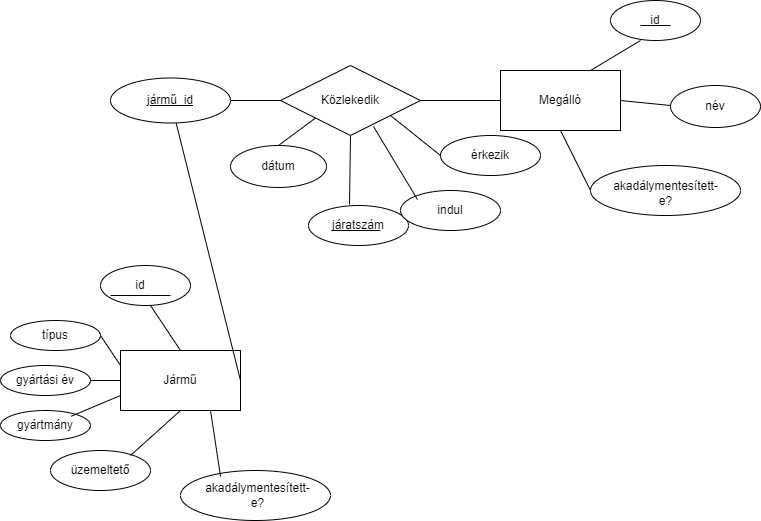
This is er_modell.png from NagyAdamA/adatbazis_proj, a draw.io export, as it was before one commit. Source tidied: cells renumbered, new cells last; positions are measured from the earlier drawing's top-left corner, leaving out a move shared by most shapes. The source it was exported from:
```xml
<mxGraphModel>
  <root>
    <mxCell id="0" />
    <mxCell id="1" parent="0" />
    <mxCell id="2" style="ellipse;whiteSpace=wrap;html=1;" parent="1" vertex="1">
      <mxGeometry x="100" y="265" width="90" height="40" as="geometry" />
    </mxCell>
    <mxCell id="3" style="rhombus;whiteSpace=wrap;html=1;" parent="1" vertex="1">
      <mxGeometry x="280" y="65" width="140" height="70" as="geometry" />
    </mxCell>
    <mxCell id="4" value="&lt;div&gt;Közlekedik&lt;br&gt;&lt;/div&gt;" style="text;html=1;align=center;verticalAlign=middle;whiteSpace=wrap;rounded=0;" parent="1" vertex="1">
      <mxGeometry x="320" y="85" width="60" height="30" as="geometry" />
    </mxCell>
    <mxCell id="5" style="rounded=0;whiteSpace=wrap;html=1;" parent="1" vertex="1">
      <mxGeometry x="120" y="350" width="120" height="60" as="geometry" />
    </mxCell>
    <mxCell id="6" style="rounded=0;whiteSpace=wrap;html=1;" parent="1" vertex="1">
      <mxGeometry x="500" y="70" width="120" height="60" as="geometry" />
    </mxCell>
    <mxCell id="7" value="Jármű" style="text;html=1;align=center;verticalAlign=middle;whiteSpace=wrap;rounded=0;" parent="1" vertex="1">
      <mxGeometry x="150" y="365" width="60" height="30" as="geometry" />
    </mxCell>
    <mxCell id="8" value="Megálló" style="text;html=1;align=center;verticalAlign=middle;whiteSpace=wrap;rounded=0;" parent="1" vertex="1">
      <mxGeometry x="530" y="85" width="60" height="30" as="geometry" />
    </mxCell>
    <mxCell id="9" style="endArrow=none;html=1;rounded=0;exitX=1;exitY=0.5;exitDx=0;exitDy=0;" parent="1" edge="1" source="5" target="50">
      <mxGeometry relative="1" as="geometry" />
    </mxCell>
    <mxCell id="10" style="endArrow=none;html=1;rounded=0;entryX=0;entryY=0.5;entryDx=0;entryDy=0;exitX=1;exitY=0.5;exitDx=0;exitDy=0;" parent="1" edge="1" source="3" target="6">
      <mxGeometry relative="1" as="geometry" />
    </mxCell>
    <mxCell id="11" style="ellipse;whiteSpace=wrap;html=1;" parent="1" vertex="1">
      <mxGeometry x="308" y="205" width="100" height="40" as="geometry" />
    </mxCell>
    <mxCell id="12" value="járatszám" style="text;html=1;align=center;verticalAlign=middle;whiteSpace=wrap;rounded=0;" parent="1" vertex="1">
      <mxGeometry x="328" y="210" width="60" height="30" as="geometry" />
    </mxCell>
    <mxCell id="13" value="típus" style="ellipse;whiteSpace=wrap;html=1;" parent="1" vertex="1">
      <mxGeometry x="10" y="320" width="90" height="30" as="geometry" />
    </mxCell>
    <mxCell id="14" value="gyártmány" style="ellipse;whiteSpace=wrap;html=1;" parent="1" vertex="1">
      <mxGeometry y="410" width="90" height="30" as="geometry" />
    </mxCell>
    <mxCell id="15" style="ellipse;whiteSpace=wrap;html=1;" parent="1" vertex="1">
      <mxGeometry x="50" y="450" width="100" height="40" as="geometry" />
    </mxCell>
    <mxCell id="16" value="üzemeltető" style="text;html=1;align=center;verticalAlign=middle;whiteSpace=wrap;rounded=0;" parent="1" vertex="1">
      <mxGeometry x="70" y="455" width="60" height="30" as="geometry" />
    </mxCell>
    <mxCell id="17" style="endArrow=none;html=1;rounded=0;entryX=0;entryY=0.25;entryDx=0;entryDy=0;" parent="1" edge="1" target="5">
      <mxGeometry relative="1" as="geometry">
        <mxPoint x="100" y="335" as="sourcePoint" />
      </mxGeometry>
    </mxCell>
    <mxCell id="18" style="endArrow=none;html=1;rounded=0;entryX=0;entryY=0.75;entryDx=0;entryDy=0;exitX=0.787;exitY=0.189;exitDx=0;exitDy=0;exitPerimeter=0;" parent="1" edge="1" source="14" target="5">
      <mxGeometry relative="1" as="geometry" />
    </mxCell>
    <mxCell id="19" style="endArrow=none;html=1;rounded=0;entryX=0.5;entryY=1;entryDx=0;entryDy=0;" parent="1" edge="1" target="5">
      <mxGeometry relative="1" as="geometry">
        <mxPoint x="130" y="455" as="sourcePoint" />
      </mxGeometry>
    </mxCell>
    <mxCell id="20" style="endArrow=none;html=1;rounded=0;exitX=0.5;exitY=0;exitDx=0;exitDy=0;" parent="1" edge="1" source="5">
      <mxGeometry relative="1" as="geometry">
        <mxPoint x="150" y="305" as="targetPoint" />
      </mxGeometry>
    </mxCell>
    <mxCell id="21" style="endArrow=none;html=1;rounded=0;" parent="1" edge="1">
      <mxGeometry relative="1" as="geometry">
        <mxPoint x="110" y="295" as="sourcePoint" />
        <mxPoint x="170" y="295" as="targetPoint" />
        <Array as="points">
          <mxPoint x="150" y="295" />
        </Array>
      </mxGeometry>
    </mxCell>
    <mxCell id="22" style="ellipse;whiteSpace=wrap;html=1;" parent="1" vertex="1">
      <mxGeometry x="610" width="90" height="40" as="geometry" />
    </mxCell>
    <mxCell id="23" style="ellipse;whiteSpace=wrap;html=1;" parent="1" vertex="1">
      <mxGeometry x="670" y="85" width="90" height="42" as="geometry" />
    </mxCell>
    <mxCell id="24" style="ellipse;whiteSpace=wrap;html=1;" parent="1" vertex="1">
      <mxGeometry x="590" y="165" width="150" height="50" as="geometry" />
    </mxCell>
    <mxCell id="25" value="id" style="text;html=1;align=center;verticalAlign=middle;whiteSpace=wrap;rounded=0;strokeColor=none;" parent="1" vertex="1">
      <mxGeometry x="625" y="5" width="60" height="30" as="geometry" />
    </mxCell>
    <mxCell id="26" value="név" style="text;html=1;align=center;verticalAlign=middle;whiteSpace=wrap;rounded=0;" parent="1" vertex="1">
      <mxGeometry x="685" y="91" width="60" height="30" as="geometry" />
    </mxCell>
    <mxCell id="27" value="akadálymentesített-e?" style="text;html=1;align=center;verticalAlign=middle;whiteSpace=wrap;rounded=0;" parent="1" vertex="1">
      <mxGeometry x="627.5" y="175" width="75" height="35" as="geometry" />
    </mxCell>
    <mxCell id="28" style="endArrow=none;html=1;rounded=0;exitX=0;exitY=0.5;exitDx=0;exitDy=0;entryX=0.5;entryY=1;entryDx=0;entryDy=0;" parent="1" edge="1" source="24" target="6">
      <mxGeometry relative="1" as="geometry" />
    </mxCell>
    <mxCell id="29" style="endArrow=none;html=1;rounded=0;exitX=0.75;exitY=0;exitDx=0;exitDy=0;" parent="1" edge="1" source="6">
      <mxGeometry relative="1" as="geometry">
        <mxPoint x="640" y="40" as="targetPoint" />
      </mxGeometry>
    </mxCell>
    <mxCell id="30" style="endArrow=none;html=1;rounded=0;exitX=1;exitY=0.5;exitDx=0;exitDy=0;" parent="1" edge="1" source="6">
      <mxGeometry relative="1" as="geometry">
        <mxPoint x="670" y="105" as="targetPoint" />
      </mxGeometry>
    </mxCell>
    <mxCell id="31" style="ellipse;whiteSpace=wrap;html=1;" parent="1" vertex="1">
      <mxGeometry x="230" y="145" width="96" height="42" as="geometry" />
    </mxCell>
    <mxCell id="32" style="ellipse;whiteSpace=wrap;html=1;" parent="1" vertex="1">
      <mxGeometry x="440" y="135" width="100" height="40" as="geometry" />
    </mxCell>
    <mxCell id="33" value="dátum" style="text;html=1;align=center;verticalAlign=middle;whiteSpace=wrap;rounded=0;" parent="1" vertex="1">
      <mxGeometry x="248" y="151" width="60" height="30" as="geometry" />
    </mxCell>
    <mxCell id="34" value="érkezik" style="text;html=1;align=center;verticalAlign=middle;whiteSpace=wrap;rounded=0;" parent="1" vertex="1">
      <mxGeometry x="460" y="140" width="60" height="30" as="geometry" />
    </mxCell>
    <mxCell id="35" style="endArrow=none;html=1;rounded=0;exitX=0.5;exitY=0;exitDx=0;exitDy=0;entryX=0;entryY=1;entryDx=0;entryDy=0;" parent="1" edge="1" source="31" target="3">
      <mxGeometry relative="1" as="geometry" />
    </mxCell>
    <mxCell id="36" style="endArrow=none;html=1;rounded=0;exitX=0;exitY=0.5;exitDx=0;exitDy=0;" parent="1" edge="1" source="32">
      <mxGeometry relative="1" as="geometry">
        <mxPoint x="390" y="115" as="targetPoint" />
      </mxGeometry>
    </mxCell>
    <mxCell id="37" style="endArrow=none;html=1;rounded=0;entryX=0.5;entryY=1;entryDx=0;entryDy=0;exitX=0.41;exitY=-0.025;exitDx=0;exitDy=0;exitPerimeter=0;" parent="1" edge="1" source="11" target="3">
      <mxGeometry relative="1" as="geometry" />
    </mxCell>
    <mxCell id="38" value="id" style="text;html=1;align=center;verticalAlign=middle;whiteSpace=wrap;rounded=0;" parent="1" vertex="1">
      <mxGeometry x="110" y="270" width="60" height="30" as="geometry" />
    </mxCell>
    <mxCell id="39" style="endArrow=none;html=1;rounded=0;" parent="1" edge="1">
      <mxGeometry relative="1" as="geometry">
        <mxPoint x="640" y="25" as="sourcePoint" />
        <mxPoint x="670" y="25" as="targetPoint" />
        <Array as="points">
          <mxPoint x="650" y="25" />
        </Array>
      </mxGeometry>
    </mxCell>
    <mxCell id="40" style="ellipse;whiteSpace=wrap;html=1;" parent="1" vertex="1">
      <mxGeometry x="400" y="190" width="100" height="40" as="geometry" />
    </mxCell>
    <mxCell id="41" value="indul" style="text;html=1;align=center;verticalAlign=middle;whiteSpace=wrap;rounded=0;" parent="1" vertex="1">
      <mxGeometry x="420" y="195" width="60" height="30" as="geometry" />
    </mxCell>
    <mxCell id="42" style="endArrow=none;html=1;rounded=0;exitX=0;exitY=0.5;exitDx=0;exitDy=0;entryX=0.664;entryY=0.871;entryDx=0;entryDy=0;entryPerimeter=0;" parent="1" edge="1" target="3">
      <mxGeometry relative="1" as="geometry">
        <mxPoint x="417" y="199" as="sourcePoint" />
      </mxGeometry>
    </mxCell>
    <mxCell id="43" style="ellipse;whiteSpace=wrap;html=1;" parent="1" vertex="1">
      <mxGeometry x="180" y="470" width="150" height="50" as="geometry" />
    </mxCell>
    <mxCell id="44" value="akadálymentesített-e?" style="text;html=1;align=center;verticalAlign=middle;whiteSpace=wrap;rounded=0;" parent="1" vertex="1">
      <mxGeometry x="220" y="477.5" width="75" height="35" as="geometry" />
    </mxCell>
    <mxCell id="45" style="endArrow=none;html=1;rounded=0;entryX=0.75;entryY=1;entryDx=0;entryDy=0;exitX=0.267;exitY=0.12;exitDx=0;exitDy=0;exitPerimeter=0;" parent="1" edge="1" source="43" target="5">
      <mxGeometry relative="1" as="geometry" />
    </mxCell>
    <mxCell id="46" style="edgeStyle=orthogonalEdgeStyle;rounded=0;jettySize=auto;html=1;entryX=0;entryY=0.5;entryDx=0;entryDy=0;endArrow=none;endFill=0;" parent="1" edge="1" source="47" target="5">
      <mxGeometry relative="1" as="geometry" />
    </mxCell>
    <mxCell id="47" value="gyártási év" style="ellipse;whiteSpace=wrap;html=1;" parent="1" vertex="1">
      <mxGeometry y="365" width="90" height="30" as="geometry" />
    </mxCell>
    <mxCell id="48" style="endArrow=none;html=1;rounded=0;" parent="1" edge="1">
      <mxGeometry relative="1" as="geometry">
        <mxPoint x="331" y="230" as="sourcePoint" />
        <mxPoint x="380" y="230" as="targetPoint" />
      </mxGeometry>
    </mxCell>
    <mxCell id="49" style="edgeStyle=orthogonalEdgeStyle;rounded=0;jettySize=auto;html=1;entryX=0;entryY=0.5;entryDx=0;entryDy=0;endArrow=none;endFill=0;" parent="1" edge="1" source="50" target="3">
      <mxGeometry relative="1" as="geometry" />
    </mxCell>
    <mxCell id="50" value="&lt;u&gt;jármű_id&lt;/u&gt;" style="ellipse;whiteSpace=wrap;html=1;" parent="1" vertex="1">
      <mxGeometry x="110" y="77.5" width="120" height="45" as="geometry" />
    </mxCell>
  </root>
</mxGraphModel>
```
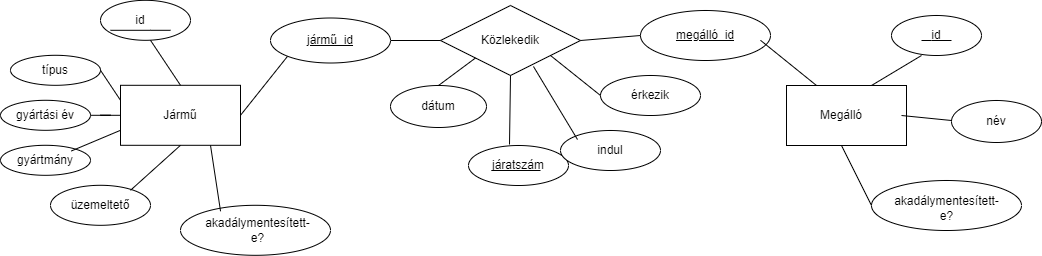
The same file after the commit.

Change to the diagram source:
```diff
@@ -3,7 +3,7 @@
     <mxCell id="0" />
     <mxCell id="1" parent="0" />
     <mxCell id="2" style="ellipse;whiteSpace=wrap;html=1;" parent="1" vertex="1">
-      <mxGeometry x="100" y="265" width="90" height="40" as="geometry" />
+      <mxGeometry x="-60" y="59.8" width="90" height="40" as="geometry" />
     </mxCell>
     <mxCell id="3" style="rhombus;whiteSpace=wrap;html=1;" parent="1" vertex="1">
       <mxGeometry x="280" y="65" width="140" height="70" as="geometry" />
@@ -12,23 +12,20 @@
       <mxGeometry x="320" y="85" width="60" height="30" as="geometry" />
     </mxCell>
     <mxCell id="5" style="rounded=0;whiteSpace=wrap;html=1;" parent="1" vertex="1">
-      <mxGeometry x="120" y="350" width="120" height="60" as="geometry" />
+      <mxGeometry x="-40" y="144.8" width="120" height="60" as="geometry" />
     </mxCell>
     <mxCell id="6" style="rounded=0;whiteSpace=wrap;html=1;" parent="1" vertex="1">
-      <mxGeometry x="500" y="70" width="120" height="60" as="geometry" />
+      <mxGeometry x="626" y="145" width="120" height="60" as="geometry" />
     </mxCell>
     <mxCell id="7" value="Jármű" style="text;html=1;align=center;verticalAlign=middle;whiteSpace=wrap;rounded=0;" parent="1" vertex="1">
-      <mxGeometry x="150" y="365" width="60" height="30" as="geometry" />
+      <mxGeometry x="-10" y="159.8" width="60" height="30" as="geometry" />
     </mxCell>
     <mxCell id="8" value="Megálló" style="text;html=1;align=center;verticalAlign=middle;whiteSpace=wrap;rounded=0;" parent="1" vertex="1">
-      <mxGeometry x="530" y="85" width="60" height="30" as="geometry" />
+      <mxGeometry x="651" y="160" width="60" height="30" as="geometry" />
     </mxCell>
-    <mxCell id="9" style="endArrow=none;html=1;rounded=0;exitX=1;exitY=0.5;exitDx=0;exitDy=0;" parent="1" edge="1" source="5" target="50">
+    <mxCell id="9" style="endArrow=none;html=1;rounded=0;exitX=1;exitY=0.5;exitDx=0;exitDy=0;entryX=0;entryY=1;entryDx=0;entryDy=0;" parent="1" edge="1" source="5" target="50">
       <mxGeometry relative="1" as="geometry" />
     </mxCell>
-    <mxCell id="10" style="endArrow=none;html=1;rounded=0;entryX=0;entryY=0.5;entryDx=0;entryDy=0;exitX=1;exitY=0.5;exitDx=0;exitDy=0;" parent="1" edge="1" source="3" target="6">
-      <mxGeometry relative="1" as="geometry" />
-    </mxCell>
     <mxCell id="11" style="ellipse;whiteSpace=wrap;html=1;" parent="1" vertex="1">
       <mxGeometry x="308" y="205" width="100" height="40" as="geometry" />
     </mxCell>
@@ -36,20 +33,20 @@
       <mxGeometry x="328" y="210" width="60" height="30" as="geometry" />
     </mxCell>
     <mxCell id="13" value="típus" style="ellipse;whiteSpace=wrap;html=1;" parent="1" vertex="1">
-      <mxGeometry x="10" y="320" width="90" height="30" as="geometry" />
+      <mxGeometry x="-150" y="114.8" width="90" height="30" as="geometry" />
     </mxCell>
     <mxCell id="14" value="gyártmány" style="ellipse;whiteSpace=wrap;html=1;" parent="1" vertex="1">
-      <mxGeometry y="410" width="90" height="30" as="geometry" />
+      <mxGeometry x="-160" y="204.8" width="90" height="30" as="geometry" />
     </mxCell>
     <mxCell id="15" style="ellipse;whiteSpace=wrap;html=1;" parent="1" vertex="1">
-      <mxGeometry x="50" y="450" width="100" height="40" as="geometry" />
+      <mxGeometry x="-110" y="244.8" width="100" height="40" as="geometry" />
     </mxCell>
     <mxCell id="16" value="üzemeltető" style="text;html=1;align=center;verticalAlign=middle;whiteSpace=wrap;rounded=0;" parent="1" vertex="1">
-      <mxGeometry x="70" y="455" width="60" height="30" as="geometry" />
+      <mxGeometry x="-90" y="249.8" width="60" height="30" as="geometry" />
     </mxCell>
     <mxCell id="17" style="endArrow=none;html=1;rounded=0;entryX=0;entryY=0.25;entryDx=0;entryDy=0;" parent="1" edge="1" target="5">
       <mxGeometry relative="1" as="geometry">
-        <mxPoint x="100" y="335" as="sourcePoint" />
+        <mxPoint x="-60" y="129.8" as="sourcePoint" />
       </mxGeometry>
     </mxCell>
     <mxCell id="18" style="endArrow=none;html=1;rounded=0;entryX=0;entryY=0.75;entryDx=0;entryDy=0;exitX=0.787;exitY=0.189;exitDx=0;exitDy=0;exitPerimeter=0;" parent="1" edge="1" source="14" target="5">
@@ -57,52 +54,56 @@
     </mxCell>
     <mxCell id="19" style="endArrow=none;html=1;rounded=0;entryX=0.5;entryY=1;entryDx=0;entryDy=0;" parent="1" edge="1" target="5">
       <mxGeometry relative="1" as="geometry">
-        <mxPoint x="130" y="455" as="sourcePoint" />
+        <mxPoint x="-30" y="249.8" as="sourcePoint" />
       </mxGeometry>
     </mxCell>
     <mxCell id="20" style="endArrow=none;html=1;rounded=0;exitX=0.5;exitY=0;exitDx=0;exitDy=0;" parent="1" edge="1" source="5">
       <mxGeometry relative="1" as="geometry">
-        <mxPoint x="150" y="305" as="targetPoint" />
+        <mxPoint x="-10" y="99.8" as="targetPoint" />
       </mxGeometry>
     </mxCell>
     <mxCell id="21" style="endArrow=none;html=1;rounded=0;" parent="1" edge="1">
       <mxGeometry relative="1" as="geometry">
-        <mxPoint x="110" y="295" as="sourcePoint" />
-        <mxPoint x="170" y="295" as="targetPoint" />
+        <mxPoint x="-50" y="89.8" as="sourcePoint" />
+        <mxPoint x="10" y="89.8" as="targetPoint" />
         <Array as="points">
-          <mxPoint x="150" y="295" />
+          <mxPoint x="-10" y="89.8" />
         </Array>
       </mxGeometry>
     </mxCell>
     <mxCell id="22" style="ellipse;whiteSpace=wrap;html=1;" parent="1" vertex="1">
-      <mxGeometry x="610" width="90" height="40" as="geometry" />
+      <mxGeometry x="731" y="75" width="90" height="40" as="geometry" />
     </mxCell>
     <mxCell id="23" style="ellipse;whiteSpace=wrap;html=1;" parent="1" vertex="1">
-      <mxGeometry x="670" y="85" width="90" height="42" as="geometry" />
+      <mxGeometry x="791" y="160" width="90" height="42" as="geometry" />
     </mxCell>
     <mxCell id="24" style="ellipse;whiteSpace=wrap;html=1;" parent="1" vertex="1">
-      <mxGeometry x="590" y="165" width="150" height="50" as="geometry" />
+      <mxGeometry x="711" y="240" width="150" height="50" as="geometry" />
     </mxCell>
     <mxCell id="25" value="id" style="text;html=1;align=center;verticalAlign=middle;whiteSpace=wrap;rounded=0;strokeColor=none;" parent="1" vertex="1">
-      <mxGeometry x="625" y="5" width="60" height="30" as="geometry" />
+      <mxGeometry x="746" y="80" width="60" height="30" as="geometry" />
     </mxCell>
     <mxCell id="26" value="név" style="text;html=1;align=center;verticalAlign=middle;whiteSpace=wrap;rounded=0;" parent="1" vertex="1">
-      <mxGeometry x="685" y="91" width="60" height="30" as="geometry" />
+      <mxGeometry x="806" y="166" width="60" height="30" as="geometry" />
     </mxCell>
     <mxCell id="27" value="akadálymentesített-e?" style="text;html=1;align=center;verticalAlign=middle;whiteSpace=wrap;rounded=0;" parent="1" vertex="1">
-      <mxGeometry x="627.5" y="175" width="75" height="35" as="geometry" />
+      <mxGeometry x="748.5" y="250" width="75" height="35" as="geometry" />
     </mxCell>
-    <mxCell id="28" style="endArrow=none;html=1;rounded=0;exitX=0;exitY=0.5;exitDx=0;exitDy=0;entryX=0.5;entryY=1;entryDx=0;entryDy=0;" parent="1" edge="1" source="24" target="6">
-      <mxGeometry relative="1" as="geometry" />
+    <mxCell id="28" style="endArrow=none;html=1;rounded=0;exitX=0;exitY=0.5;exitDx=0;exitDy=0;entryX=0.5;entryY=1;entryDx=0;entryDy=0;" parent="1" edge="1" source="24">
+      <mxGeometry relative="1" as="geometry">
+        <mxPoint x="681" y="205" as="targetPoint" />
+      </mxGeometry>
     </mxCell>
-    <mxCell id="29" style="endArrow=none;html=1;rounded=0;exitX=0.75;exitY=0;exitDx=0;exitDy=0;" parent="1" edge="1" source="6">
+    <mxCell id="29" style="endArrow=none;html=1;rounded=0;exitX=0.75;exitY=0;exitDx=0;exitDy=0;" parent="1" edge="1">
       <mxGeometry relative="1" as="geometry">
-        <mxPoint x="640" y="40" as="targetPoint" />
+        <mxPoint x="711" y="145" as="sourcePoint" />
+        <mxPoint x="761" y="115" as="targetPoint" />
       </mxGeometry>
     </mxCell>
-    <mxCell id="30" style="endArrow=none;html=1;rounded=0;exitX=1;exitY=0.5;exitDx=0;exitDy=0;" parent="1" edge="1" source="6">
+    <mxCell id="30" style="endArrow=none;html=1;rounded=0;exitX=1;exitY=0.5;exitDx=0;exitDy=0;" parent="1" edge="1">
       <mxGeometry relative="1" as="geometry">
-        <mxPoint x="670" y="105" as="targetPoint" />
+        <mxPoint x="741" y="175" as="sourcePoint" />
+        <mxPoint x="791" y="180" as="targetPoint" />
       </mxGeometry>
     </mxCell>
     <mxCell id="31" style="ellipse;whiteSpace=wrap;html=1;" parent="1" vertex="1">
@@ -129,14 +130,14 @@
       <mxGeometry relative="1" as="geometry" />
     </mxCell>
     <mxCell id="38" value="id" style="text;html=1;align=center;verticalAlign=middle;whiteSpace=wrap;rounded=0;" parent="1" vertex="1">
-      <mxGeometry x="110" y="270" width="60" height="30" as="geometry" />
+      <mxGeometry x="-50" y="64.8" width="60" height="30" as="geometry" />
     </mxCell>
     <mxCell id="39" style="endArrow=none;html=1;rounded=0;" parent="1" edge="1">
       <mxGeometry relative="1" as="geometry">
-        <mxPoint x="640" y="25" as="sourcePoint" />
-        <mxPoint x="670" y="25" as="targetPoint" />
+        <mxPoint x="761" y="100" as="sourcePoint" />
+        <mxPoint x="791" y="100" as="targetPoint" />
         <Array as="points">
-          <mxPoint x="650" y="25" />
+          <mxPoint x="771" y="100" />
         </Array>
       </mxGeometry>
     </mxCell>
@@ -152,10 +153,10 @@
       </mxGeometry>
     </mxCell>
     <mxCell id="43" style="ellipse;whiteSpace=wrap;html=1;" parent="1" vertex="1">
-      <mxGeometry x="180" y="470" width="150" height="50" as="geometry" />
+      <mxGeometry x="20" y="264.8" width="150" height="50" as="geometry" />
     </mxCell>
     <mxCell id="44" value="akadálymentesített-e?" style="text;html=1;align=center;verticalAlign=middle;whiteSpace=wrap;rounded=0;" parent="1" vertex="1">
-      <mxGeometry x="220" y="477.5" width="75" height="35" as="geometry" />
+      <mxGeometry x="60" y="272.3" width="75" height="35" as="geometry" />
     </mxCell>
     <mxCell id="45" style="endArrow=none;html=1;rounded=0;entryX=0.75;entryY=1;entryDx=0;entryDy=0;exitX=0.267;exitY=0.12;exitDx=0;exitDy=0;exitPerimeter=0;" parent="1" edge="1" source="43" target="5">
       <mxGeometry relative="1" as="geometry" />
@@ -164,7 +165,7 @@
       <mxGeometry relative="1" as="geometry" />
     </mxCell>
     <mxCell id="47" value="gyártási év" style="ellipse;whiteSpace=wrap;html=1;" parent="1" vertex="1">
-      <mxGeometry y="365" width="90" height="30" as="geometry" />
+      <mxGeometry x="-160" y="159.8" width="90" height="30" as="geometry" />
     </mxCell>
     <mxCell id="48" style="endArrow=none;html=1;rounded=0;" parent="1" edge="1">
       <mxGeometry relative="1" as="geometry">
@@ -178,5 +179,16 @@
     <mxCell id="50" value="&lt;u&gt;jármű_id&lt;/u&gt;" style="ellipse;whiteSpace=wrap;html=1;" parent="1" vertex="1">
       <mxGeometry x="110" y="77.5" width="120" height="45" as="geometry" />
     </mxCell>
+    <mxCell id="51" value="&lt;u&gt;megálló_id&lt;/u&gt;" style="ellipse;whiteSpace=wrap;html=1;" parent="1" vertex="1">
+      <mxGeometry x="480" y="70" width="130" height="50" as="geometry" />
+    </mxCell>
+    <mxCell id="52" style="endArrow=none;html=1;rounded=0;fontSize=12;startSize=8;endSize=8;entryX=0.25;entryY=0;entryDx=0;entryDy=0;" parent="1" edge="1" target="6">
+      <mxGeometry relative="1" as="geometry">
+        <mxPoint x="600" y="99.8" as="sourcePoint" />
+      </mxGeometry>
+    </mxCell>
+    <mxCell id="53" style="endArrow=none;html=1;rounded=0;fontSize=12;startSize=8;endSize=8;exitX=1;exitY=0.5;exitDx=0;exitDy=0;entryX=0;entryY=0.5;entryDx=0;entryDy=0;" parent="1" edge="1" source="3" target="51">
+      <mxGeometry relative="1" as="geometry" />
+    </mxCell>
   </root>
 </mxGraphModel>
```
